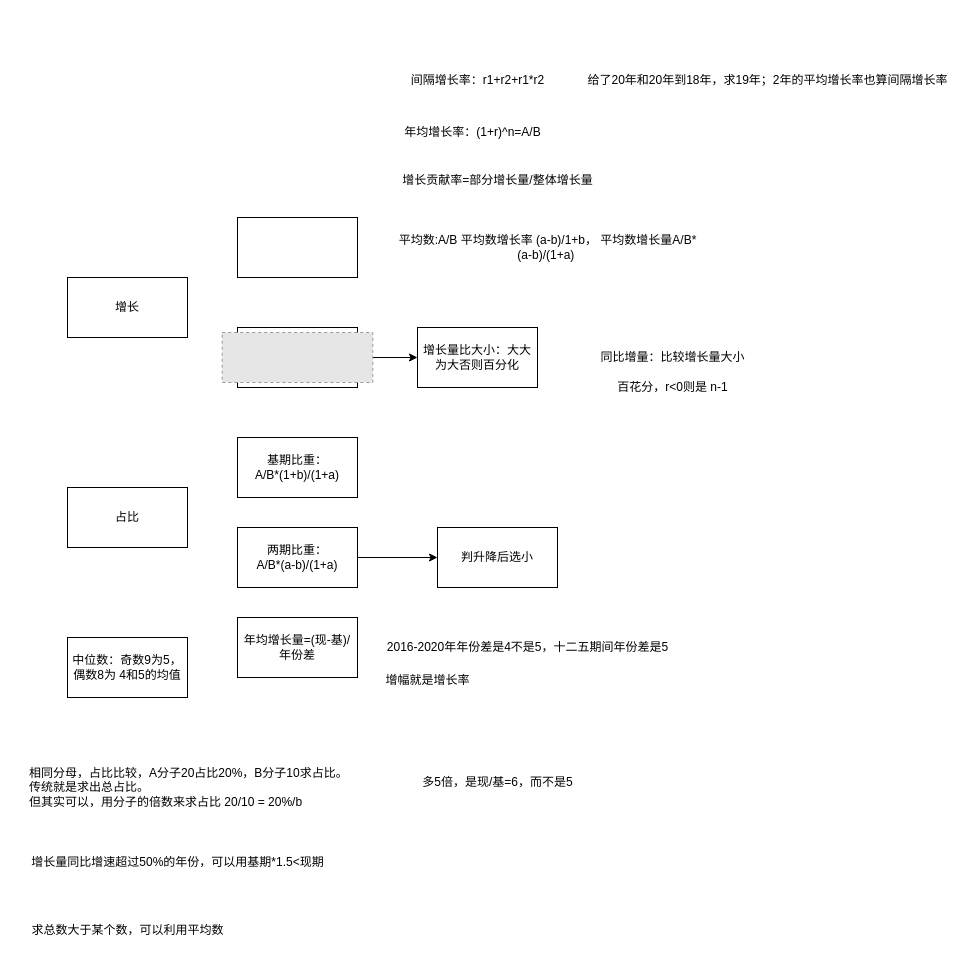
This is 未命名绘图.drawio from cguank/-, a draw.io file, before an edit. Source tidied: cells renumbered, new cells numbered last; positions are measured from the earlier drawing's top-left corner, leaving out a move shared by most shapes. Both pictures are drawn from the tidied source at 100%, with x=0, y=0 at pixel (17, 65). Pictures stored in the file or linked from it are replaced by grey dashed boxes.
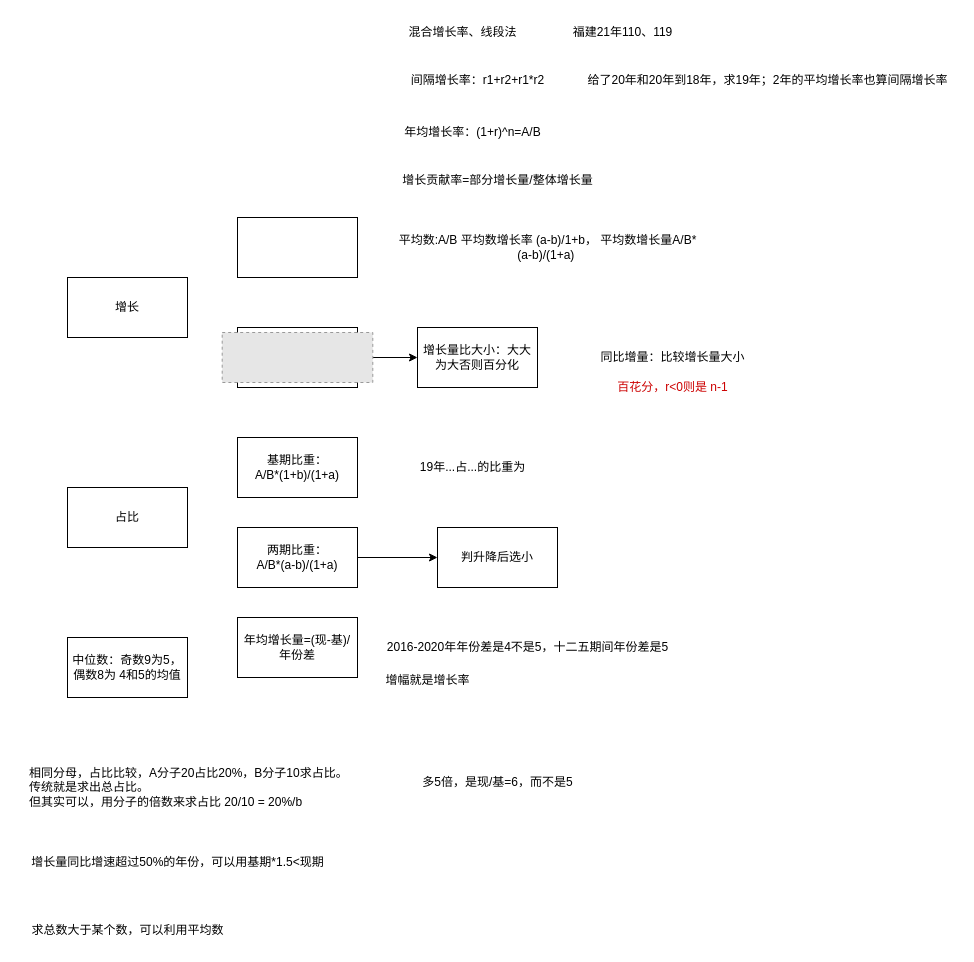
After the change.

Commit message:
更新未命名绘图.drawio

The edit, as a diff of the source:
```diff
@@
-    <mxCell id="22" value="百花分，r&amp;lt;0则是 n-1" style="text;html=1;align=center;verticalAlign=middle;strokeColor=none;fillColor=none;" parent="1" vertex="1">
+    <mxCell id="22" value="&lt;font color=&quot;#cc0000&quot;&gt;百花分，r&amp;lt;0则是 n-1&lt;/font&gt;" style="text;html=1;align=center;verticalAlign=middle;strokeColor=none;fillColor=none;" parent="1" vertex="1">
       <mxGeometry x="590" y="307" width="130" height="30" as="geometry" />
     </mxCell>
@@
+    <mxCell id="28" value="19年...占...的比重为" style="text;html=1;align=center;verticalAlign=middle;strokeColor=none;fillColor=none;" parent="1" vertex="1">
+      <mxGeometry x="390" y="387" width="130" height="30" as="geometry" />
+    </mxCell>
+    <mxCell id="29" value="混合增长率、线段法" style="text;html=1;align=center;verticalAlign=middle;strokeColor=none;fillColor=none;" parent="1" vertex="1">
+      <mxGeometry x="380" y="-48" width="130" height="30" as="geometry" />
+    </mxCell>
+    <mxCell id="30" value="福建21年110、119" style="text;html=1;align=center;verticalAlign=middle;strokeColor=none;fillColor=none;" parent="1" vertex="1">
+      <mxGeometry x="545" y="-48" width="120" height="30" as="geometry" />
+    </mxCell>
```
